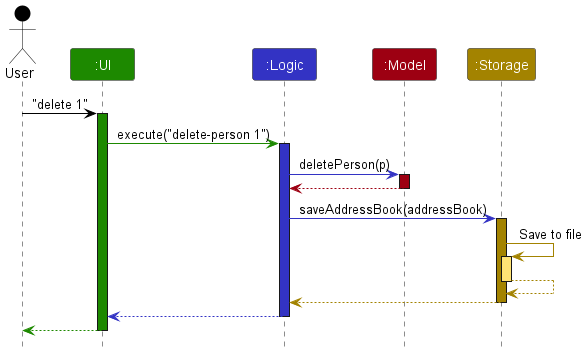
Before: docs/images/ArchitectureSequenceDiagram.png, a diagram exported from PlantUML (nus-cs2103-AY2223S1/tp).
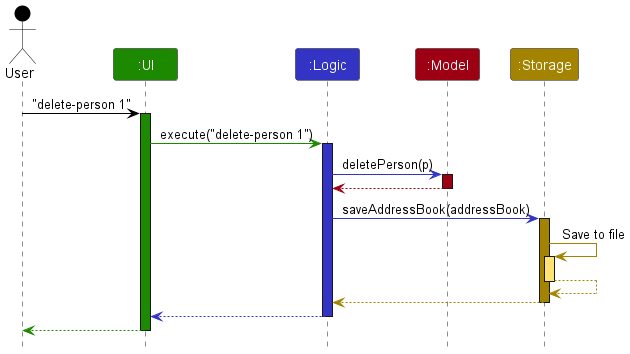
After the commit.

Commit message:
Fix error in diagram

Diff of the diagram source:
```diff
@@ -7,7 +7,7 @@
 Participant ":Model" as model MODEL_COLOR
 Participant ":Storage" as storage STORAGE_COLOR
 
-user -[USER_COLOR]> ui : "delete 1"
+user -[USER_COLOR]> ui : "delete-person 1"
 activate ui UI_COLOR
 
 ui -[UI_COLOR]> logic : execute("delete-person 1")
```
